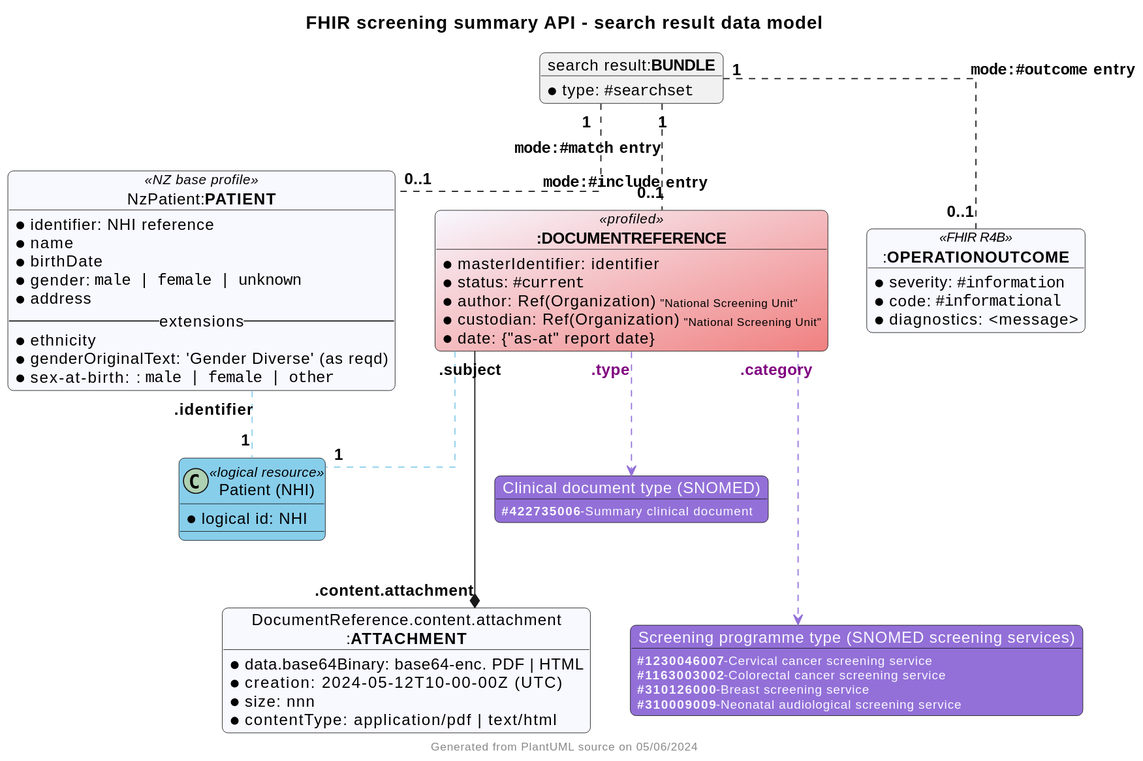
Before: input/images/obj-FHIR-data-screening-summary.svg, a diagram exported from PlantUML (tewhatuora/fhir-screening). Source of this version:
```plantuml
@startuml
!define COMMON .

!include COMMON/component-skinparams.iuml

top to bottom direction
scale max 1000*1200
scale 600 width

skinparam linetype ortho
skinparam dpi 200
skinparam nodesep 15 ' component left-right spacing
skinparam ranksep 5 ' component up-down spacing

allow_mixing

title FHIR screening summary API - search result data model

!procedure $Coding($Alias,$System,$Code,$Display)
object "<color:GhostWhite>$System" as $Alias #MediumPurple {
  <color:GhostWhite><size:11>**$Code**-$Display
}
!endprocedure

object "search result:**BUNDLE**" as THEBUNDLE {
  *type: ""#searchset""
}

object "<size:14>**:DOCUMENTREFERENCE**" as DOCREF <<profiled>> #GhostWhite/LightCoral {
  * masterIdentifier: identifier
  * status: ""#current""
  * author: Ref(Organization) <size:10>"National Screening Unit"</size>
  * custodian: Ref(Organization) <size:10>"National Screening Unit"</size>
  * date: {"as-at" report date}
}

object "DocumentReference.content.attachment\n:**ATTACHMENT**" as DOC #GhostWhite {
    * data.base64Binary: base64-enc. PDF | HTML
    * creation: 2024-05-12T10-00-00Z (UTC)
    * size: nnn
    * contentType: application/pdf | text/html
}

object "NzPatient:**PATIENT**" as PATIENT <<NZ base profile>> #GhostWhite {
    * identifier: NHI reference
    * name
    * birthDate
    * gender: ""male | female | unknown""
    * address
    -- extensions --
    * ethnicity
    * genderOriginalText: 'Gender Diverse' (as reqd)
    * sex-at-birth: : ""male | female | other""
}

object ":**OPERATIONOUTCOME**" as OPO <<FHIR R4B>> #GhostWhite {
    * severity: ""#information""
    * code: ""#informational""
    * diagnostics: <message>
}


class "Patient (NHI)" as NHIPATIENT <<logical resource>> #SkyBlue {
  * logical id: NHI
}

$Coding(DocumentType,"Clinical document type (SNOMED)","#422735006","Summary clinical document     ")

$Coding(ProgrammeType,"Screening programme type (SNOMED screening services)","#1230046007","Cervical cancer screening service      ")
$Coding(ProgrammeType,"Screening programme type (SNOMED screening services)","#1163003002","Colorectal cancer screening service    ")
$Coding(ProgrammeType,"Screening programme type (SNOMED screening services)","#310126000", "Breast screening service               ")
$Coding(ProgrammeType,"Screening programme type (SNOMED screening services)","#310009009", "Neonatal audiological screening service")

THEBUNDLE "1" .. "0..1" DOCREF : ""mode:#match"" entry
THEBUNDLE "1" .. "0..1" PATIENT : ""mode:#include"" entry
THEBUNDLE "1" .. "0..1" OPO : \t""mode:#outcome"" entry

DOCREF -d--* ".content.attachment" DOC

DOCREF "<color:purple>.type" -[#MediumPurple,thickness=3,dashed]-> DocumentType
DOCREF "<color:purple>.category" -[#MediumPurple,thickness=3,dashed]--> ProgrammeType
DOCREF ".subject" .[#SkyBlue]. "1" NHIPATIENT
PATIENT ".identifier" .[#SkyBlue]. "1" NHIPATIENT

@enduml
```
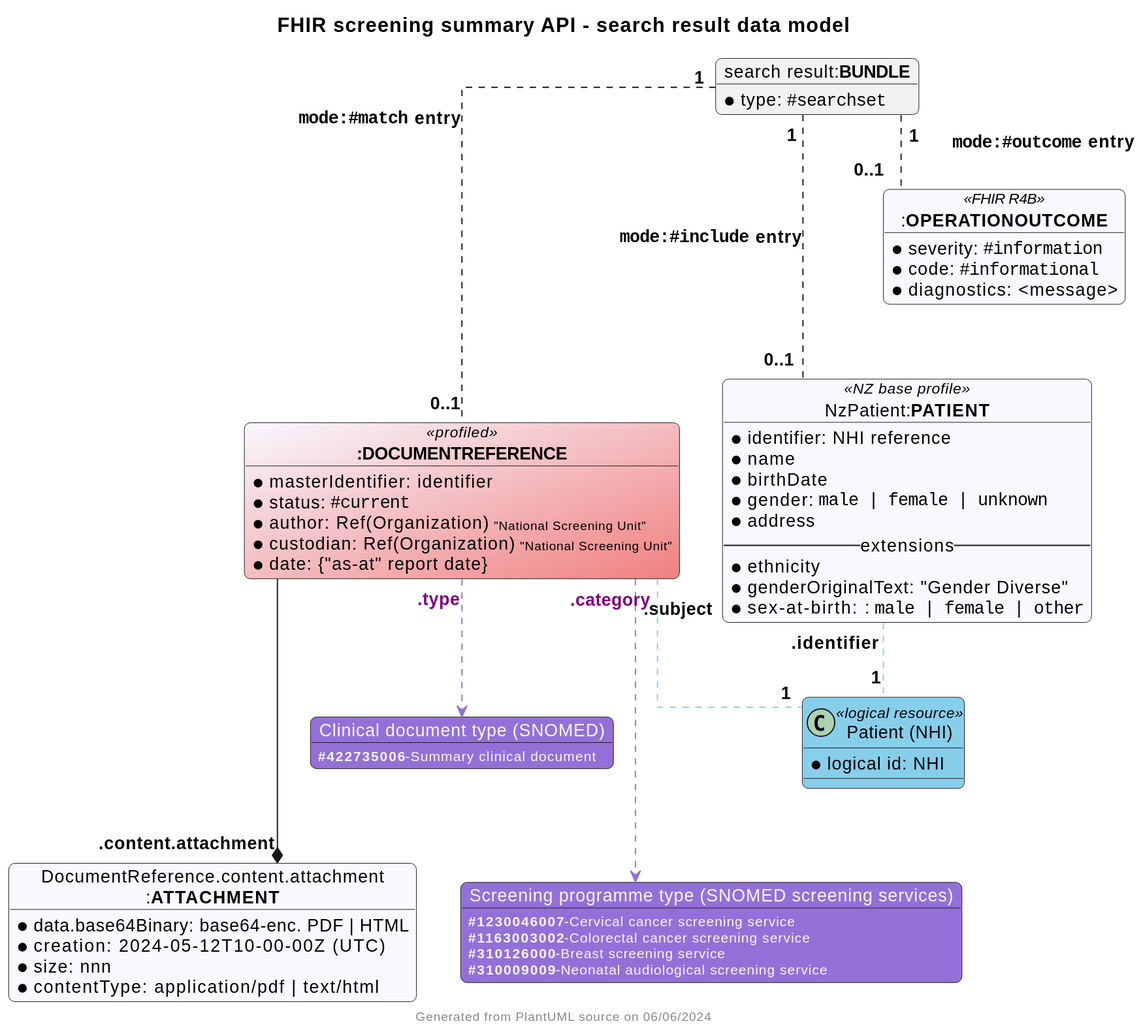
After the change.

Diff of the diagram source:
```diff
@@ -49,7 +49,7 @@
     * address
     -- extensions --
     * ethnicity
-    * genderOriginalText: 'Gender Diverse' (as reqd)
+    * genderOriginalText: "Gender Diverse"
     * sex-at-birth: : ""male | female | other""
 }
 
@@ -71,7 +71,7 @@
 $Coding(ProgrammeType,"Screening programme type (SNOMED screening services)","#310126000", "Breast screening service               ")
 $Coding(ProgrammeType,"Screening programme type (SNOMED screening services)","#310009009", "Neonatal audiological screening service")
 
-THEBUNDLE "1" .. "0..1" DOCREF : ""mode:#match"" entry
+THEBUNDLE "1" ... "0..1" DOCREF : ""mode:#match"" entry
 THEBUNDLE "1" .. "0..1" PATIENT : ""mode:#include"" entry
 THEBUNDLE "1" .. "0..1" OPO : \t""mode:#outcome"" entry
 
```
